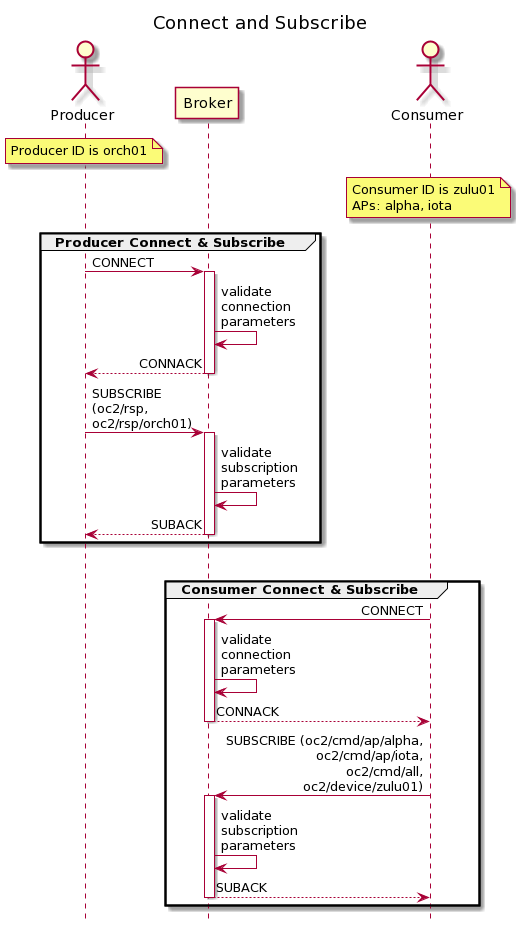
The PlantUML diagram images/a1-seq-con_sub.png in oasis-tcs/openc2-transf-mqtt, before a commit.
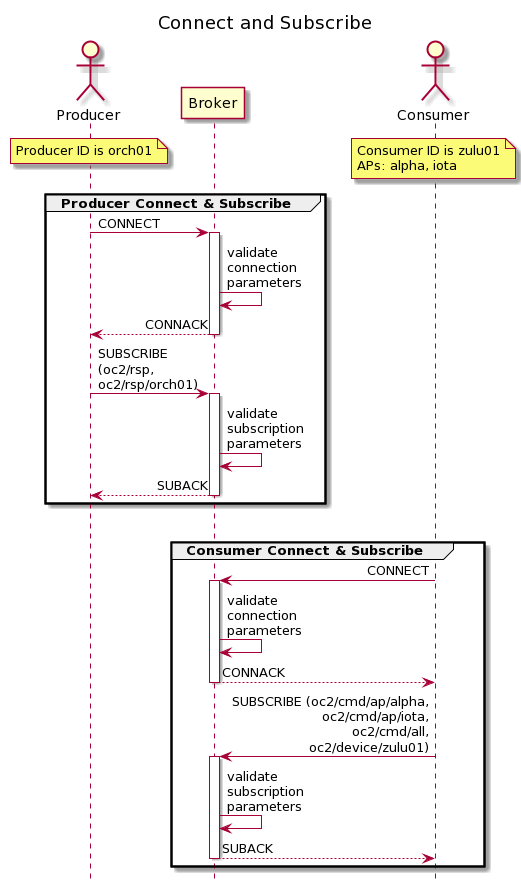
Above is the later version.

Commit message:
Minor tweak to figure A-CAS

Diff of the diagram source:
```diff
@@ -7,8 +7,9 @@
 actor Producer as P
 participant Broker as B
 actor Consumer as C
+
 note over P: Producer ID is orch01
-note over C: Consumer ID is zulu01\nAPs: alpha, iota
+/ note over C: Consumer ID is zulu01\nAPs: alpha, iota
 group Producer Connect & Subscribe
 P -> B : CONNECT
 activate B
```
